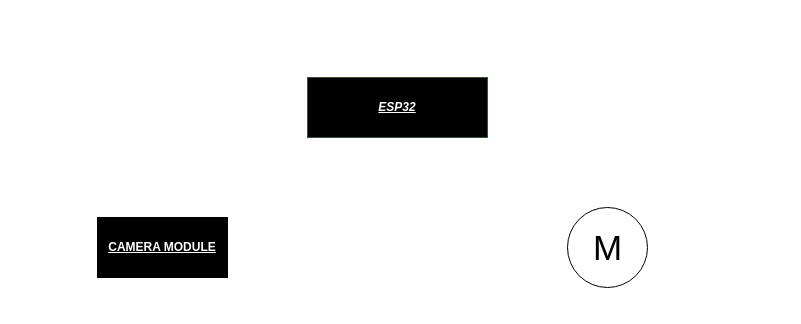
The draw.io diagram ROUGHCIRCUITDIAGRAM.drawio in CreatorDiv1312/Strawberry, before the edit. Source tidied: cells renumbered, new cells numbered last; positions are measured from the earlier drawing's top-left corner, leaving out a move shared by most shapes. Both pictures are drawn from the tidied source at 100%, with x=0, y=0 at pixel (97, 77).
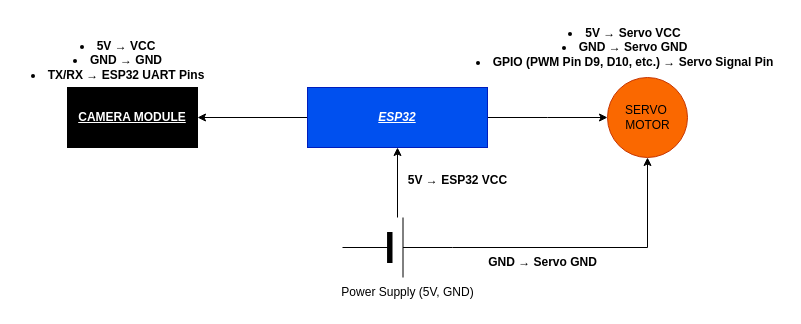
The same page after the edit.

Diff of the diagram source:
```diff
@@
 <mxGraphModel>
   <root>
     <mxCell id="0" />
     <mxCell id="1" parent="0" />
+    <mxCell id="5" style="edgeStyle=orthogonalEdgeStyle;rounded=0;jettySize=auto;html=1;" parent="1" edge="1" source="2" target="3">
+      <mxGeometry relative="1" as="geometry" />
+    </mxCell>
+    <mxCell id="6" style="edgeStyle=orthogonalEdgeStyle;rounded=0;jettySize=auto;html=1;" parent="1" edge="1" source="2">
+      <mxGeometry relative="1" as="geometry">
+        <mxPoint x="510" y="40" as="targetPoint" />
+      </mxGeometry>
+    </mxCell>
-    <mxCell id="2" value="ESP32" style="rounded=0;whiteSpace=wrap;html=1;fillColor=#000000;strokeColor=#3A5431;fontColor=#ffffff;fontStyle=7;" parent="1" vertex="1">
-      <mxGeometry x="210" width="180" height="60" as="geometry" />
+    <mxCell id="2" value="ESP32" style="rounded=0;whiteSpace=wrap;html=1;fillColor=#0050ef;strokeColor=#001DBC;fontColor=#ffffff;fontStyle=7;" parent="1" vertex="1">
+      <mxGeometry x="210" y="10" width="180" height="60" as="geometry" />
     </mxCell>
     <mxCell id="3" value="CAMERA MODULE" style="rounded=0;whiteSpace=wrap;html=1;fillColor=#000000;fontStyle=5;fontFamily=Helvetica;textShadow=1;fontColor=#FFFFFF;" parent="1" vertex="1">
-      <mxGeometry y="140" width="130" height="60" as="geometry" />
+      <mxGeometry x="-30" y="10" width="130" height="60" as="geometry" />
     </mxCell>
-    <mxCell id="4" value="M" style="verticalLabelPosition=middle;shadow=0;dashed=0;align=center;html=1;verticalAlign=middle;strokeWidth=1;shape=ellipse;fontSize=35;" parent="1" vertex="1">
-      <mxGeometry x="470" y="130" width="80" height="80" as="geometry" />
+    <mxCell id="4" value="SERVO&amp;nbsp;&lt;div&gt;MOTOR&lt;/div&gt;" style="verticalLabelPosition=middle;shadow=0;dashed=0;align=center;html=1;verticalAlign=middle;strokeWidth=1;shape=ellipse;fontSize=12;fillColor=#fa6800;fontColor=#000000;strokeColor=#C73500;" parent="1" vertex="1">
+      <mxGeometry x="510" width="80" height="80" as="geometry" />
     </mxCell>
+    <mxCell id="7" style="edgeStyle=orthogonalEdgeStyle;rounded=0;jettySize=auto;html=1;" parent="1" edge="1" source="9" target="2">
+      <mxGeometry relative="1" as="geometry" />
+    </mxCell>
+    <mxCell id="8" style="edgeStyle=orthogonalEdgeStyle;rounded=0;jettySize=auto;html=1;" parent="1" edge="1" source="9" target="4">
+      <mxGeometry relative="1" as="geometry" />
+    </mxCell>
+    <mxCell id="9" style="verticalLabelPosition=bottom;shadow=0;dashed=0;align=center;fillColor=strokeColor;html=1;verticalAlign=top;strokeWidth=1;shape=mxgraph.electrical.miscellaneous.monocell_battery;" parent="1" vertex="1">
+      <mxGeometry x="245" y="140" width="110" height="60" as="geometry" />
+    </mxCell>
+    <mxCell id="10" value="Power Supply (5V, GND)" style="text;html=1;align=center;verticalAlign=middle;strokeColor=none;fillColor=none;" parent="1" vertex="1">
+      <mxGeometry x="230" y="200" width="160" height="30" as="geometry" />
+    </mxCell>
+    <mxCell id="11" value="&lt;li&gt;&lt;strong&gt;5V&lt;/strong&gt; → &lt;strong&gt;VCC&lt;/strong&gt;&lt;/li&gt;&lt;li&gt;&lt;strong&gt;GND&lt;/strong&gt; → &lt;strong&gt;GND&lt;/strong&gt;&lt;/li&gt;&lt;li&gt;&lt;strong&gt;TX/RX&lt;/strong&gt; → &lt;strong&gt;ESP32 UART Pins&lt;/strong&gt;&lt;/li&gt;" style="text;html=1;align=center;verticalAlign=middle;strokeColor=none;fillColor=none;" parent="1" vertex="1">
+      <mxGeometry x="-80" y="-47" width="200" height="60" as="geometry" />
+    </mxCell>
+    <mxCell id="12" value="&lt;li&gt;&lt;strong&gt;5V&lt;/strong&gt; → &lt;strong&gt;Servo VCC&lt;/strong&gt;&lt;/li&gt;&lt;li&gt;&lt;strong&gt;GND&lt;/strong&gt; → &lt;strong&gt;Servo GND&lt;/strong&gt;&lt;/li&gt;&lt;li&gt;&lt;strong&gt;GPIO (PWM Pin D9, D10, etc.)&lt;/strong&gt; → &lt;strong&gt;Servo Signal Pin&lt;/strong&gt;&lt;/li&gt;" style="text;html=1;align=center;verticalAlign=middle;strokeColor=none;fillColor=none;" parent="1" vertex="1">
+      <mxGeometry x="367" y="-60" width="320" height="60" as="geometry" />
+    </mxCell>
+    <mxCell id="13" value="&lt;strong&gt;5V&lt;/strong&gt; → &lt;strong&gt;ESP32 VCC&lt;/strong&gt;" style="text;html=1;align=center;verticalAlign=middle;strokeColor=none;fillColor=none;" parent="1" vertex="1">
+      <mxGeometry x="300" y="88" width="120" height="30" as="geometry" />
+    </mxCell>
+    <mxCell id="14" value="&lt;strong&gt;GND&lt;/strong&gt; → &lt;strong&gt;Servo GND&lt;/strong&gt;" style="text;html=1;align=center;verticalAlign=middle;strokeColor=none;fillColor=none;" parent="1" vertex="1">
+      <mxGeometry x="380" y="170" width="130" height="30" as="geometry" />
+    </mxCell>
   </root>
 </mxGraphModel>
```
